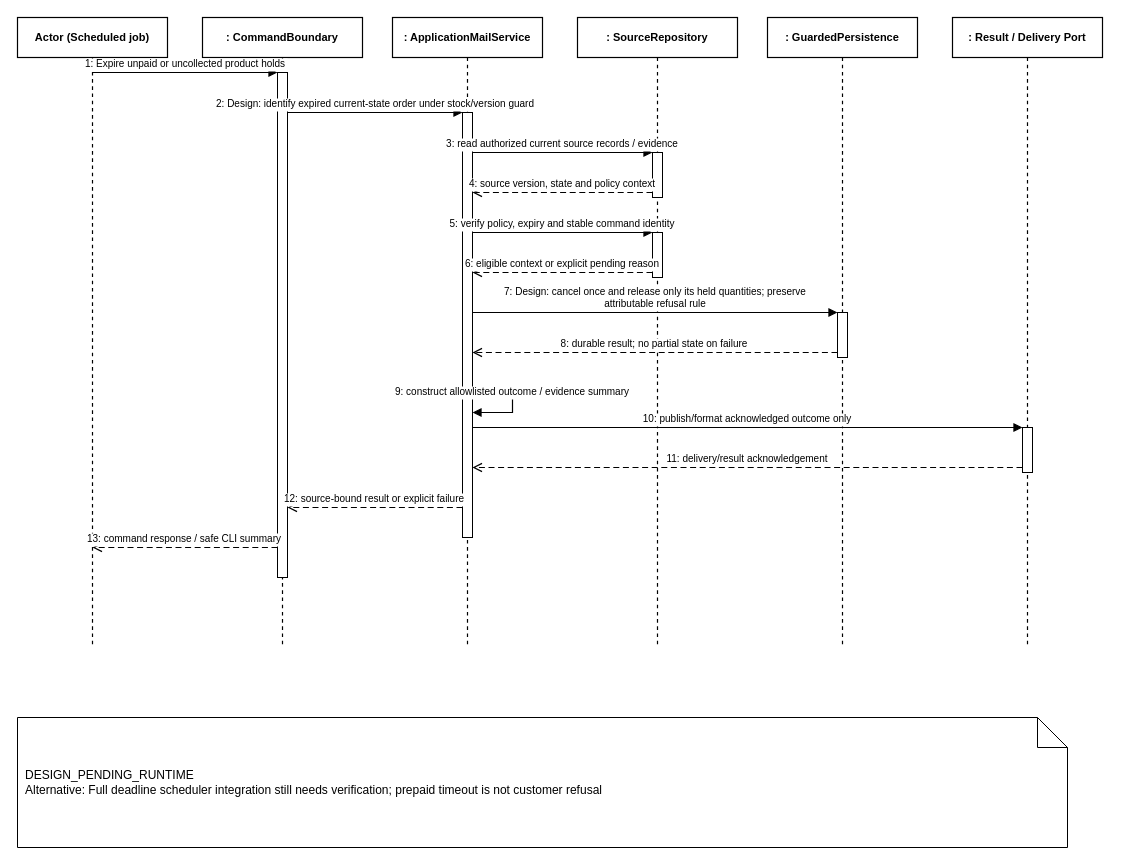
Earlier version of the draw.io diagram doc/reports/report4/sequence/job-04.drawio (ngocthanhhx7/SEP490_G101_FALL2026). Source tidied: cells renumbered, new cells numbered last; positions are measured from the earlier drawing's top-left corner, leaving out a move shared by most shapes. Both pictures are drawn from the tidied source at 100%, with x=0, y=0 at pixel (17, 17).
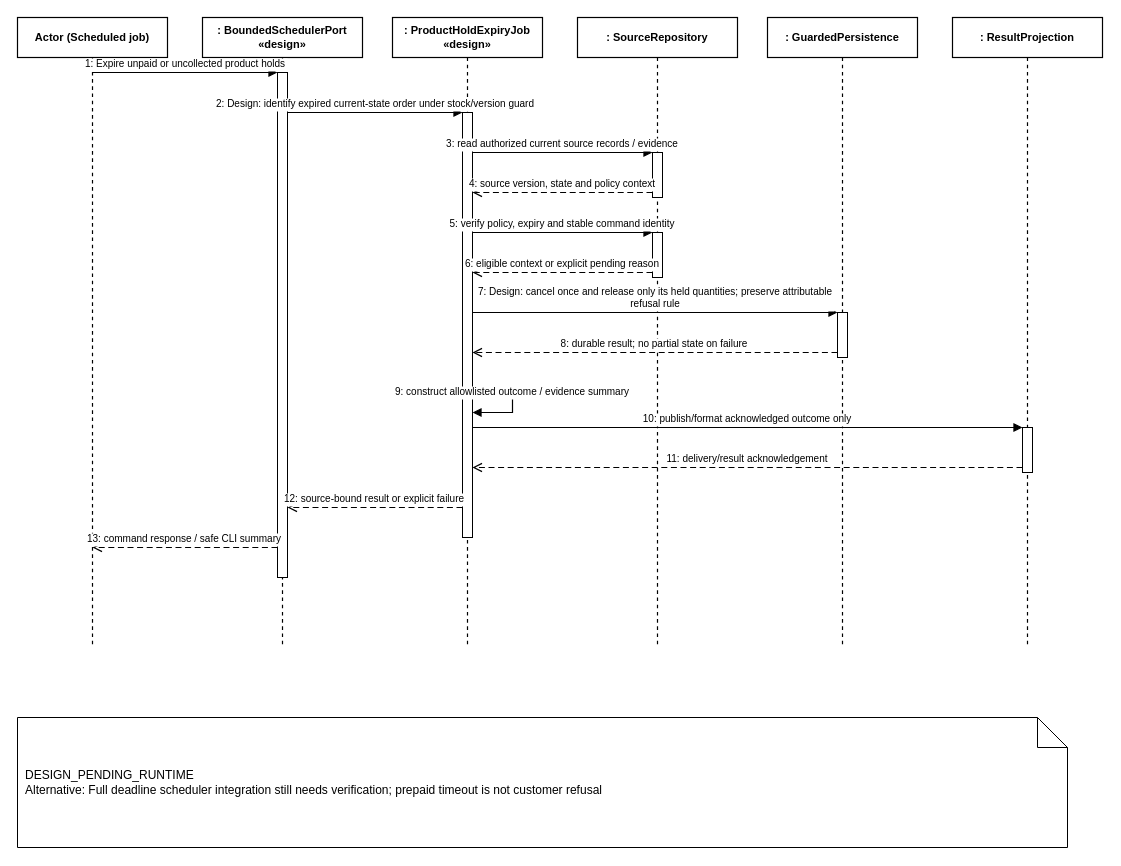
Above is the later version.

Diff of the diagram source:
```diff
@@
-    <mxCell id="3" value=": CommandBoundary" style="shape=umlLifeline;perimeter=lifelinePerimeter;whiteSpace=wrap;html=0;size=40;fillColor=#FFFFFF;strokeColor=#000000;strokeWidth=1.2;fontStyle=1;fontSize=11;align=center;" parent="1" vertex="1">
+    <mxCell id="3" value=": BoundedSchedulerPort «design»" style="shape=umlLifeline;perimeter=lifelinePerimeter;whiteSpace=wrap;html=0;size=40;fillColor=#FFFFFF;strokeColor=#000000;strokeWidth=1.2;fontStyle=1;fontSize=11;align=center;" parent="1" vertex="1">
       <mxGeometry x="185" width="160" height="630" as="geometry" />
     </mxCell>
-    <mxCell id="4" value=": ApplicationMailService" style="shape=umlLifeline;perimeter=lifelinePerimeter;whiteSpace=wrap;html=0;size=40;fillColor=#FFFFFF;strokeColor=#000000;strokeWidth=1.2;fontStyle=1;fontSize=11;align=center;" parent="1" vertex="1">
+    <mxCell id="4" value=": ProductHoldExpiryJob «design»" style="shape=umlLifeline;perimeter=lifelinePerimeter;whiteSpace=wrap;html=0;size=40;fillColor=#FFFFFF;strokeColor=#000000;strokeWidth=1.2;fontStyle=1;fontSize=11;align=center;" parent="1" vertex="1">
       <mxGeometry x="375" width="150" height="630" as="geometry" />
     </mxCell>
@@
-    <mxCell id="7" value=": Result / Delivery Port" style="shape=umlLifeline;perimeter=lifelinePerimeter;whiteSpace=wrap;html=0;size=40;fillColor=#FFFFFF;strokeColor=#000000;strokeWidth=1.2;fontStyle=1;fontSize=11;align=center;" parent="1" vertex="1">
+    <mxCell id="7" value=": ResultProjection" style="shape=umlLifeline;perimeter=lifelinePerimeter;whiteSpace=wrap;html=0;size=40;fillColor=#FFFFFF;strokeColor=#000000;strokeWidth=1.2;fontStyle=1;fontSize=11;align=center;" parent="1" vertex="1">
       <mxGeometry x="935" width="150" height="630" as="geometry" />
     </mxCell>
@@
-    <mxCell id="20" value="7: Design: cancel once and release only its held quantities; preserve&#10;attributable refusal rule" style="html=0;verticalAlign=bottom;endArrow=block;endFill=1;strokeColor=#000000;strokeWidth=1.2;fontSize=10;fontColor=#000000;edgeStyle=orthogonalEdgeStyle;rounded=0;" parent="1" edge="1">
+    <mxCell id="20" value="7: Design: cancel once and release only its held quantities; preserve attributable&#10;refusal rule" style="html=0;verticalAlign=bottom;endArrow=block;endFill=1;strokeColor=#000000;strokeWidth=1.2;fontSize=10;fontColor=#000000;edgeStyle=orthogonalEdgeStyle;rounded=0;" parent="1" edge="1">
       <mxGeometry relative="1" as="geometry">
         <mxPoint x="455" y="295" as="sourcePoint" />
         <mxPoint x="820" y="295" as="targetPoint" />
       </mxGeometry>
     </mxCell>
```
